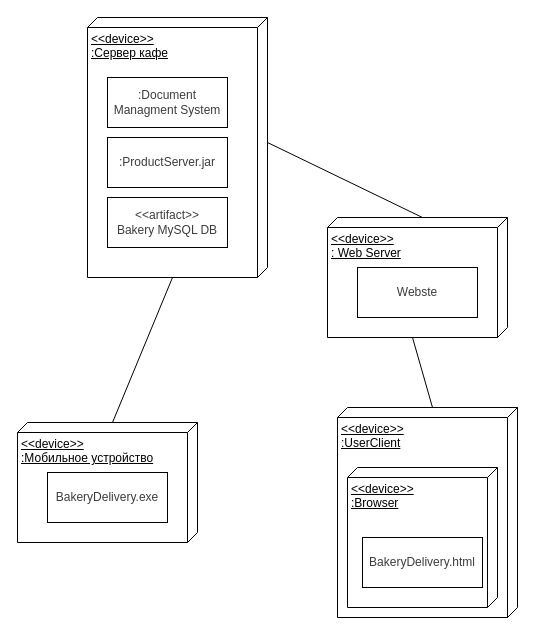
Rattokun/ModelRep keeps this draw.io diagram as page "Обоснование 7" (8 of 10) of Обоснование.drawio. Above is the earlier version. Source tidied: cells renumbered, new cells numbered last; positions are measured from the earlier drawing's top-left corner, leaving out a move shared by most shapes. Both pictures are drawn from the tidied source at 100%, with x=0, y=0 at pixel (17, 17).
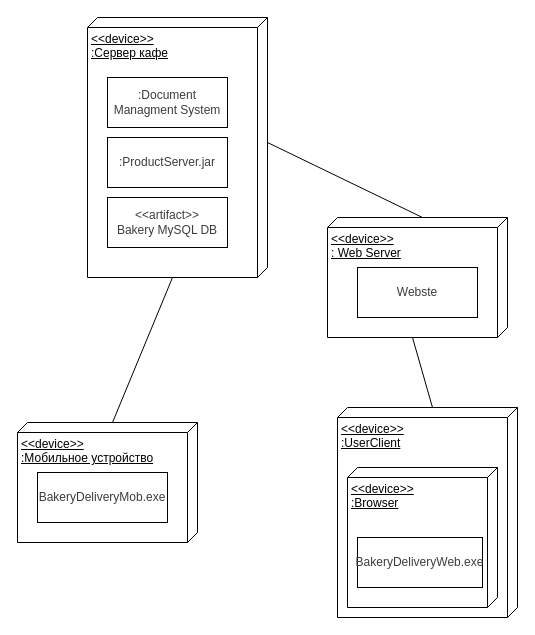
The same diagram, later.

What changed in the source:
```diff
@@
 <mxGraphModel>
   <root>
     <mxCell id="0" />
     <mxCell id="1" parent="0" />
     <mxCell id="2" style="group;" parent="1" vertex="1">
       <mxGeometry y="405" width="180" height="120" as="geometry" />
     </mxCell>
     <mxCell id="3" value="&amp;lt;&amp;lt;device&amp;gt;&amp;gt;&lt;br&gt;:Мобильное устройство" style="verticalAlign=top;align=left;spacingTop=8;spacingLeft=2;spacingRight=12;shape=cube;size=10;direction=south;fontStyle=4;html=1;strokeColor=#000000;" parent="2" vertex="1">
       <mxGeometry width="180" height="120" as="geometry" />
     </mxCell>
-    <mxCell id="4" value="BakeryDelivery.exe" style="rounded=0;whiteSpace=wrap;html=1;strokeColor=#000000;fontColor=#3D3D3D;" parent="2" vertex="1">
-      <mxGeometry x="30" y="50" width="120" height="50" as="geometry" />
+    <mxCell id="4" value="BakeryDeliveryMob.exe" style="rounded=0;whiteSpace=wrap;html=1;strokeColor=#000000;fontColor=#3D3D3D;" parent="2" vertex="1">
+      <mxGeometry x="20" y="50" width="130" height="50" as="geometry" />
     </mxCell>
     <mxCell id="5" style="group;" parent="1" vertex="1">
       <mxGeometry x="70" width="180" height="260" as="geometry" />
     </mxCell>
     <mxCell id="6" value="&amp;lt;&amp;lt;device&amp;gt;&amp;gt;&lt;br&gt;:Сервер кафе" style="verticalAlign=top;align=left;spacingTop=8;spacingLeft=2;spacingRight=12;shape=cube;size=10;direction=south;fontStyle=4;html=1;" parent="5" vertex="1">
       <mxGeometry width="180" height="260" as="geometry" />
     </mxCell>
     <mxCell id="7" value=":Document Managment System" style="rounded=0;whiteSpace=wrap;html=1;strokeColor=#000000;fontColor=#3D3D3D;" parent="5" vertex="1">
       <mxGeometry x="20" y="60" width="120" height="50" as="geometry" />
     </mxCell>
     <mxCell id="8" value=":ProductServer.jar" style="rounded=0;whiteSpace=wrap;html=1;strokeColor=#000000;fontColor=#3D3D3D;" parent="5" vertex="1">
       <mxGeometry x="20" y="120" width="120" height="50" as="geometry" />
     </mxCell>
     <mxCell id="9" value="&amp;lt;&amp;lt;artifact&amp;gt;&amp;gt;&lt;br&gt;Bakery MySQL DB" style="rounded=0;whiteSpace=wrap;html=1;strokeColor=#000000;fontColor=#3D3D3D;" parent="5" vertex="1">
       <mxGeometry x="20" y="180" width="120" height="50" as="geometry" />
     </mxCell>
     <mxCell id="10" style="group;" parent="1" vertex="1">
       <mxGeometry x="310" y="200" width="180" height="120" as="geometry" />
     </mxCell>
     <mxCell id="11" value="&amp;lt;&amp;lt;device&amp;gt;&amp;gt;&lt;br&gt;: Web Server" style="verticalAlign=top;align=left;spacingTop=8;spacingLeft=2;spacingRight=12;shape=cube;size=10;direction=south;fontStyle=4;html=1;strokeColor=#000000;" parent="10" vertex="1">
       <mxGeometry width="180" height="120" as="geometry" />
     </mxCell>
     <mxCell id="12" value="Webste" style="rounded=0;whiteSpace=wrap;html=1;strokeColor=#000000;fontColor=#3D3D3D;" parent="10" vertex="1">
       <mxGeometry x="30" y="50" width="120" height="50" as="geometry" />
     </mxCell>
     <mxCell id="13" style="group;" parent="1" vertex="1">
       <mxGeometry x="320" y="390" width="180" height="210" as="geometry" />
     </mxCell>
     <mxCell id="14" value="&amp;lt;&amp;lt;device&amp;gt;&amp;gt;&lt;br&gt;:UserClient" style="verticalAlign=top;align=left;spacingTop=8;spacingLeft=2;spacingRight=12;shape=cube;size=10;direction=south;fontStyle=4;html=1;strokeColor=#000000;" parent="13" vertex="1">
       <mxGeometry width="180" height="210" as="geometry" />
     </mxCell>
     <mxCell id="15" value="&amp;lt;&amp;lt;device&amp;gt;&amp;gt;&lt;br&gt;:Browser" style="verticalAlign=top;align=left;spacingTop=8;spacingLeft=2;spacingRight=12;shape=cube;size=10;direction=south;fontStyle=4;html=1;strokeColor=#000000;" parent="13" vertex="1">
       <mxGeometry x="10" y="60" width="150" height="140" as="geometry" />
     </mxCell>
-    <mxCell id="16" value="BakeryDelivery.html" style="rounded=0;whiteSpace=wrap;html=1;strokeColor=#000000;fontColor=#3D3D3D;" parent="13" vertex="1">
-      <mxGeometry x="25" y="130" width="120" height="50" as="geometry" />
+    <mxCell id="16" value="BakeryDeliveryWeb.exe" style="rounded=0;whiteSpace=wrap;html=1;strokeColor=#000000;fontColor=#3D3D3D;" parent="13" vertex="1">
+      <mxGeometry x="20" y="130" width="125" height="50" as="geometry" />
     </mxCell>
     <mxCell id="17" style="endArrow=none;html=1;rounded=0;entryX=0;entryY=0;entryDx=260;entryDy=95;entryPerimeter=0;exitX=0;exitY=0;exitDx=0;exitDy=85;exitPerimeter=0;" parent="1" edge="1" source="3" target="6">
       <mxGeometry relative="1" as="geometry" />
     </mxCell>
     <mxCell id="18" style="endArrow=none;html=1;rounded=0;entryX=0;entryY=0;entryDx=125;entryDy=0;entryPerimeter=0;exitX=0;exitY=0;exitDx=0;exitDy=85;exitPerimeter=0;" parent="1" edge="1" source="11" target="6">
       <mxGeometry relative="1" as="geometry" />
     </mxCell>
     <mxCell id="19" style="endArrow=none;html=1;rounded=0;entryX=0;entryY=0;entryDx=120;entryDy=95;entryPerimeter=0;exitX=0;exitY=0;exitDx=0;exitDy=85;exitPerimeter=0;" parent="1" edge="1" source="14" target="11">
       <mxGeometry relative="1" as="geometry" />
     </mxCell>
   </root>
 </mxGraphModel>
```
